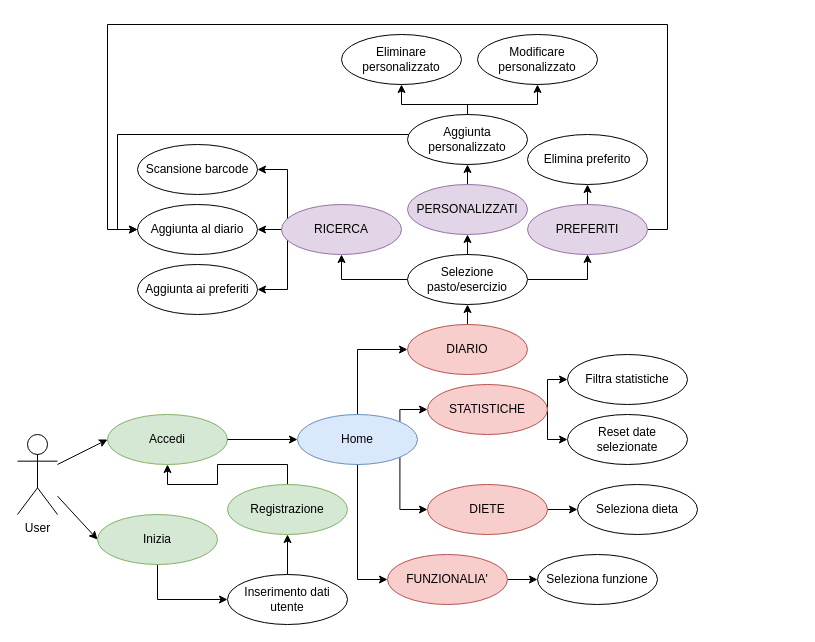
Earlier version of the draw.io diagram FItTracker.drawio (FedePreto/FitTracker). Source tidied: cells renumbered, new cells numbered last; positions are measured from the earlier drawing's top-left corner, leaving out a move shared by most shapes. Both pictures are drawn from the tidied source at 100%, with x=0, y=0 at pixel (17, 24).
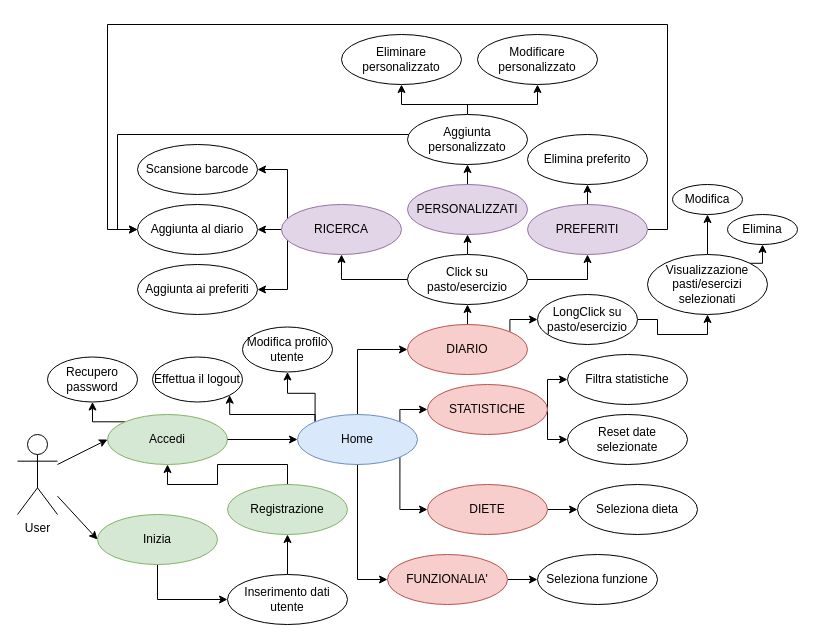
After the change.

The change refers to these unchanged cells:
```xml
<mxCell id="3" value="Accedi" style="ellipse;whiteSpace=wrap;html=1;fillColor=#d5e8d4;strokeColor=#82b366;" parent="1" vertex="1">
  <mxGeometry x="90" y="390" width="120" height="50" as="geometry" />
</mxCell>
<mxCell id="13" value="Home" style="ellipse;whiteSpace=wrap;html=1;fillColor=#dae8fc;strokeColor=#6c8ebf;" parent="1" vertex="1">
  <mxGeometry x="280" y="390" width="120" height="50" as="geometry" />
</mxCell>
<mxCell id="17" value="DIARIO" style="ellipse;whiteSpace=wrap;html=1;fillColor=#f8cecc;strokeColor=#b85450;" parent="1" vertex="1">
  <mxGeometry x="390" y="300" width="120" height="50" as="geometry" />
</mxCell>
```

Diff of the diagram source:
```diff
@@
+    <mxCell id="54" style="edgeStyle=orthogonalEdgeStyle;rounded=0;jettySize=auto;html=1;exitX=0;exitY=0;exitDx=0;exitDy=0;entryX=0.5;entryY=1;entryDx=0;entryDy=0;" parent="1" edge="1" source="3" target="60">
+      <mxGeometry relative="1" as="geometry">
+        <Array as="points">
+          <mxPoint x="75" y="397" />
+        </Array>
+      </mxGeometry>
+    </mxCell>
@@
+    <mxCell id="55" style="edgeStyle=orthogonalEdgeStyle;rounded=0;jettySize=auto;html=1;exitX=0;exitY=0;exitDx=0;exitDy=0;entryX=0.5;entryY=1;entryDx=0;entryDy=0;" parent="1" edge="1" source="13" target="58">
+      <mxGeometry relative="1" as="geometry" />
+    </mxCell>
+    <mxCell id="56" style="edgeStyle=orthogonalEdgeStyle;rounded=0;jettySize=auto;html=1;exitX=0;exitY=0;exitDx=0;exitDy=0;entryX=1;entryY=1;entryDx=0;entryDy=0;" parent="1" edge="1" source="13" target="59">
+      <mxGeometry relative="1" as="geometry">
+        <Array as="points">
+          <mxPoint x="297" y="390" />
+          <mxPoint x="212" y="390" />
+        </Array>
+      </mxGeometry>
+    </mxCell>
@@
+    <mxCell id="57" style="edgeStyle=orthogonalEdgeStyle;rounded=0;jettySize=auto;html=1;exitX=1;exitY=0;exitDx=0;exitDy=0;entryX=0;entryY=0.5;entryDx=0;entryDy=0;" parent="1" edge="1" source="17" target="62">
+      <mxGeometry relative="1" as="geometry">
+        <Array as="points">
+          <mxPoint x="493" y="295" />
+        </Array>
+      </mxGeometry>
+    </mxCell>
@@
-    <mxCell id="28" value="Selezione pasto/esercizio" style="ellipse;whiteSpace=wrap;html=1;" parent="1" vertex="1">
+    <mxCell id="28" value="Click su pasto/esercizio" style="ellipse;whiteSpace=wrap;html=1;" parent="1" vertex="1">
       <mxGeometry x="390" y="230" width="120" height="50" as="geometry" />
     </mxCell>
@@
+    <mxCell id="58" value="Modifica profilo utente" style="ellipse;whiteSpace=wrap;html=1;" parent="1" vertex="1">
+      <mxGeometry x="225" y="302.5" width="90" height="45" as="geometry" />
+    </mxCell>
+    <mxCell id="59" value="Effettua il logout" style="ellipse;whiteSpace=wrap;html=1;" parent="1" vertex="1">
+      <mxGeometry x="135" y="332.5" width="90" height="45" as="geometry" />
+    </mxCell>
+    <mxCell id="60" value="Recupero password" style="ellipse;whiteSpace=wrap;html=1;" parent="1" vertex="1">
+      <mxGeometry x="30" y="332.5" width="90" height="45" as="geometry" />
+    </mxCell>
+    <mxCell id="61" style="edgeStyle=orthogonalEdgeStyle;rounded=0;jettySize=auto;html=1;exitX=1;exitY=0.5;exitDx=0;exitDy=0;entryX=0.5;entryY=1;entryDx=0;entryDy=0;" parent="1" edge="1" source="62" target="65">
+      <mxGeometry relative="1" as="geometry" />
+    </mxCell>
+    <mxCell id="62" value="LongClick su pasto/esercizio" style="ellipse;whiteSpace=wrap;html=1;" parent="1" vertex="1">
+      <mxGeometry x="520" y="270" width="100" height="50" as="geometry" />
+    </mxCell>
+    <mxCell id="63" style="edgeStyle=orthogonalEdgeStyle;rounded=0;jettySize=auto;html=1;exitX=1;exitY=0;exitDx=0;exitDy=0;entryX=0.5;entryY=1;entryDx=0;entryDy=0;" parent="1" edge="1" source="65" target="67">
+      <mxGeometry relative="1" as="geometry">
+        <Array as="points">
+          <mxPoint x="745" y="239" />
+        </Array>
+      </mxGeometry>
+    </mxCell>
+    <mxCell id="64" style="edgeStyle=orthogonalEdgeStyle;rounded=0;jettySize=auto;html=1;exitX=0.5;exitY=0;exitDx=0;exitDy=0;" parent="1" edge="1" source="65" target="66">
+      <mxGeometry relative="1" as="geometry" />
+    </mxCell>
+    <mxCell id="65" value="Visualizzazione pasti/esercizi selezionati" style="ellipse;whiteSpace=wrap;html=1;" parent="1" vertex="1">
+      <mxGeometry x="630" y="230" width="120" height="60" as="geometry" />
+    </mxCell>
+    <mxCell id="66" value="Modifica" style="ellipse;whiteSpace=wrap;html=1;" parent="1" vertex="1">
+      <mxGeometry x="655" y="160" width="70" height="30" as="geometry" />
+    </mxCell>
+    <mxCell id="67" value="Elimina" style="ellipse;whiteSpace=wrap;html=1;" parent="1" vertex="1">
+      <mxGeometry x="710" y="190" width="70" height="30" as="geometry" />
+    </mxCell>
```
